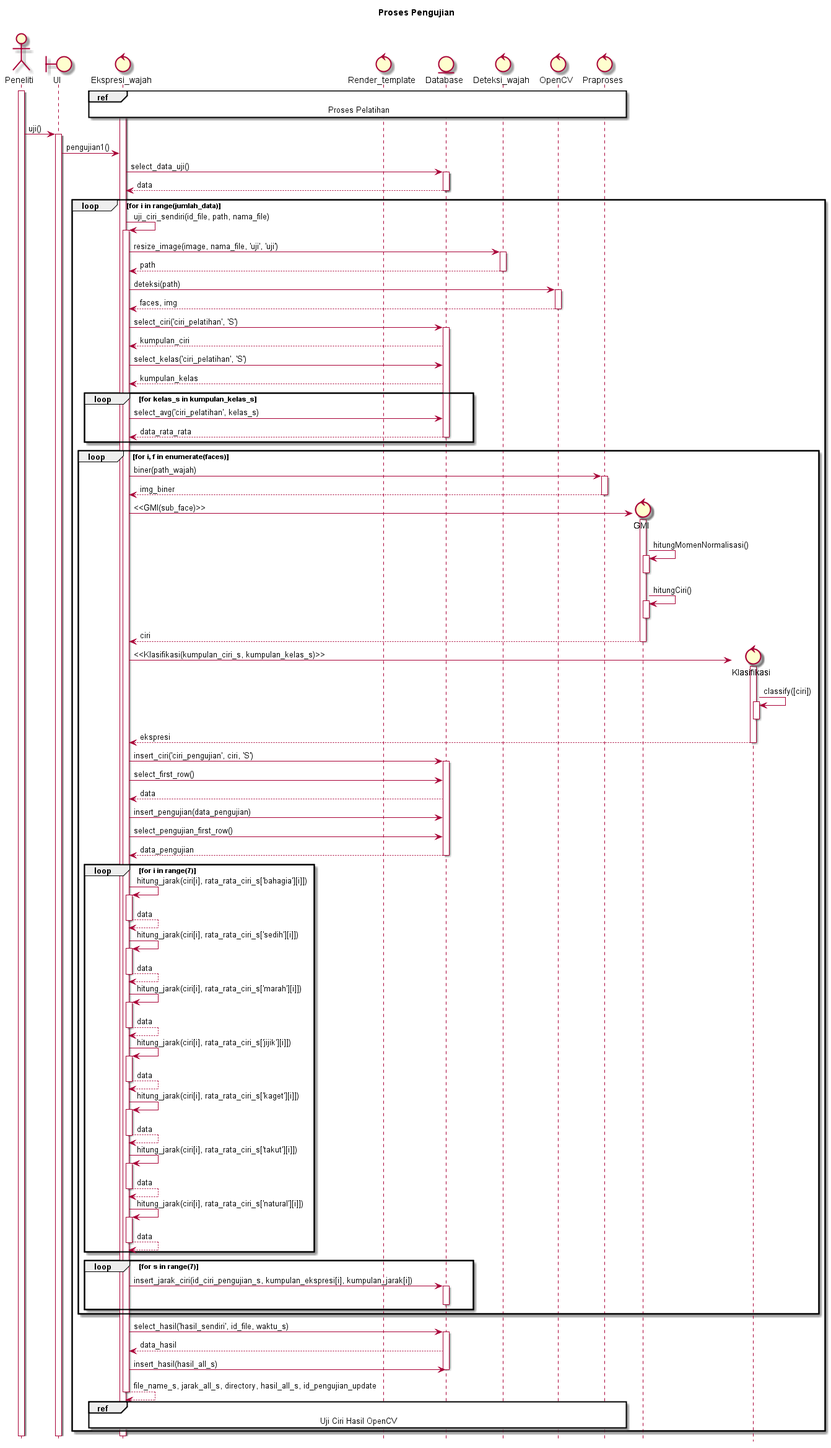
ayulestari10/gmisvm keeps this PlantUML diagram as diagram/SD_pengujian V2.png. Above is the earlier version.
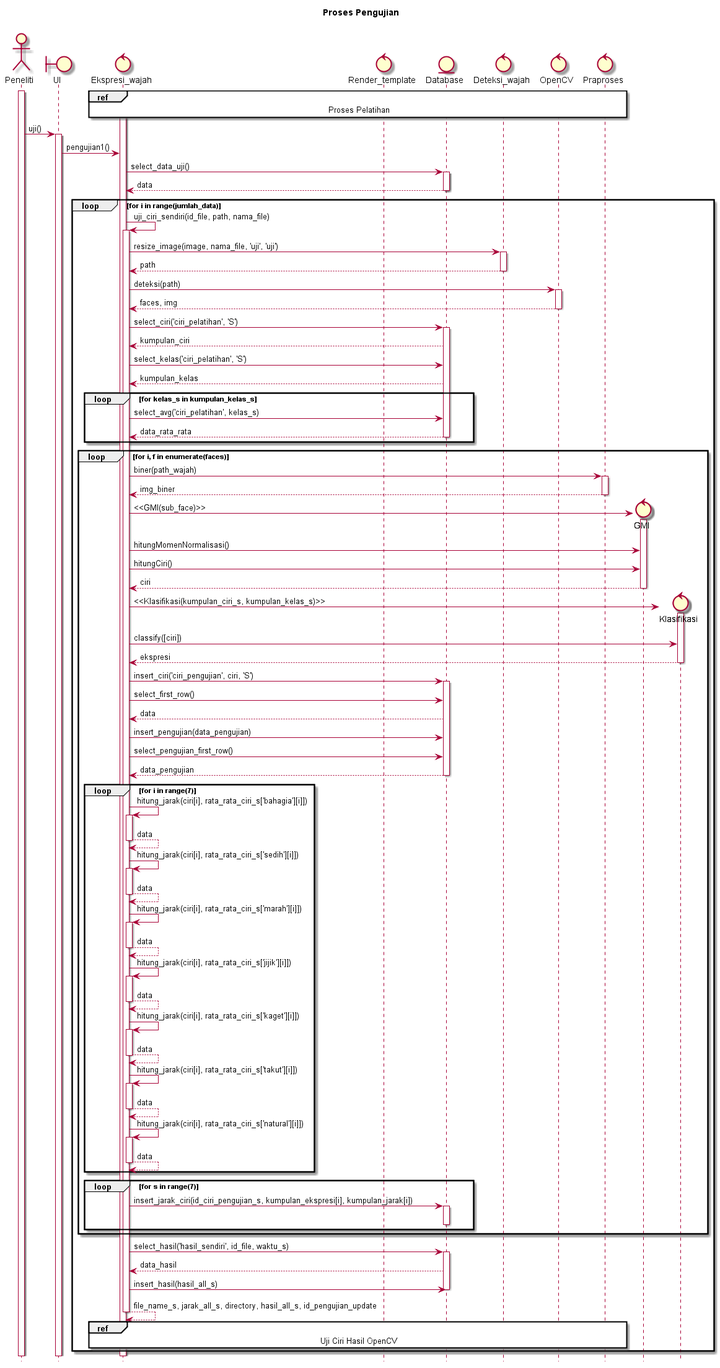
After the change.

What changed in the source:
```diff
@@ -64,21 +64,15 @@
 			create control GMI
 			Ekspresi_wajah -> GMI : <<GMI(sub_face)>>
 			activate GMI
-			GMI -> GMI : hitungMomenNormalisasi()
-			activate GMI
-			deactivate GMI
-			GMI -> GMI : hitungCiri()
-			activate GMI
-			deactivate GMI
+			Ekspresi_wajah -> GMI : hitungMomenNormalisasi()
+			Ekspresi_wajah -> GMI : hitungCiri()
 			GMI --> Ekspresi_wajah : ciri
 			deactivate GMI
 
 			create control Klasifikasi
 			Ekspresi_wajah -> Klasifikasi : <<Klasifikasi(kumpulan_ciri_s, kumpulan_kelas_s)>>
 			activate Klasifikasi
-			Klasifikasi -> Klasifikasi : classify([ciri])
-			activate Klasifikasi
-			deactivate Klasifikasi
+			Ekspresi_wajah -> Klasifikasi : classify([ciri])
 			Klasifikasi --> Ekspresi_wajah : ekspresi
 			deactivate Klasifikasi
 
```
